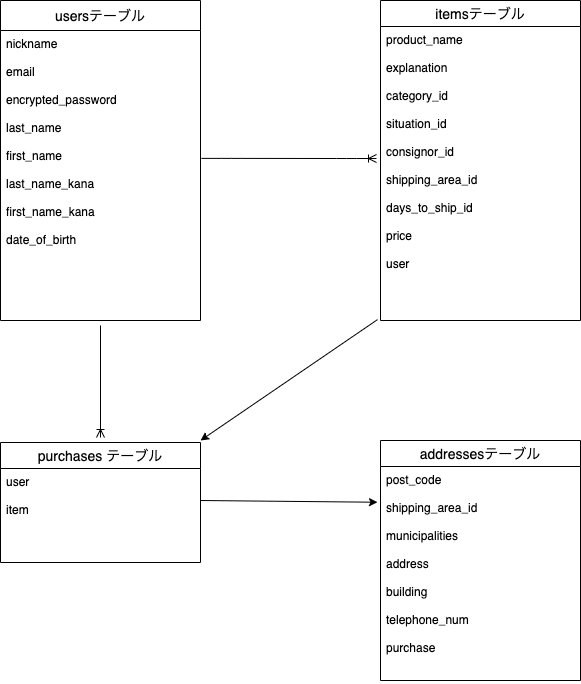
This is ER.drawio.png from chanrioooooo/furima-36850-2, a draw.io export, as it was before one commit. Source tidied: cells renumbered, new cells last; positions are measured from the earlier drawing's top-left corner, leaving out a move shared by most shapes.
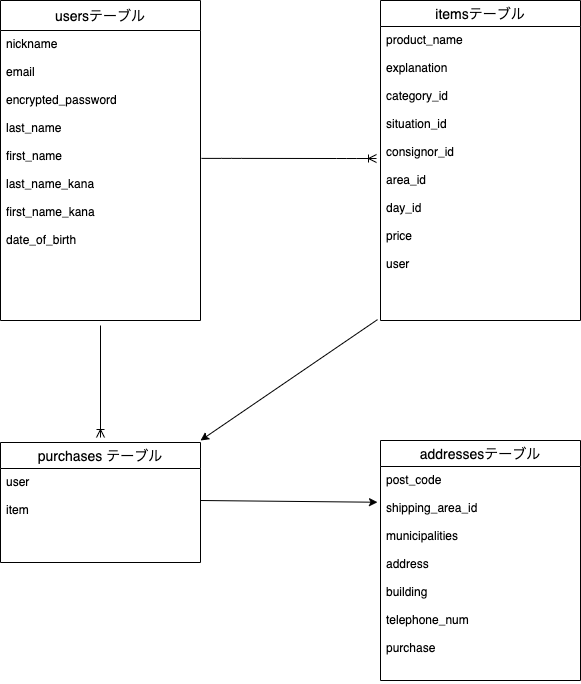
After the change.

What changed in the source:
```diff
@@ -11,7 +11,7 @@
     <mxCell id="4" value="itemsテーブル" style="swimlane;fontStyle=0;horizontal=1;startSize=26;align=center;fontSize=14;" parent="1" vertex="1">
       <mxGeometry x="380" width="200" height="320" as="geometry" />
     </mxCell>
-    <mxCell id="5" value="product_name&#10;&#10;explanation&#10;&#10;category_id&#10;&#10;situation_id&#10;&#10;consignor_id&#10;&#10;shipping_area_id&#10;&#10;days_to_ship_id&#10;&#10;price&#10;&#10;user&#10;" style="text;strokeColor=none;fillColor=none;spacingLeft=4;spacingRight=4;overflow=hidden;points=[[0,0.5],[1,0.5]];portConstraint=eastwest;fontSize=12;" parent="4" vertex="1">
+    <mxCell id="5" value="product_name&#10;&#10;explanation&#10;&#10;category_id&#10;&#10;situation_id&#10;&#10;consignor_id&#10;&#10;area_id&#10;&#10;day_id&#10;&#10;price&#10;&#10;user&#10;" style="text;strokeColor=none;fillColor=none;spacingLeft=4;spacingRight=4;overflow=hidden;points=[[0,0.5],[1,0.5]];portConstraint=eastwest;fontSize=12;" parent="4" vertex="1">
       <mxGeometry y="26" width="200" height="294" as="geometry" />
     </mxCell>
     <mxCell id="6" value="purchases テーブル" style="swimlane;fontStyle=0;horizontal=1;startSize=26;align=center;fontSize=14;" parent="1" vertex="1">
```
